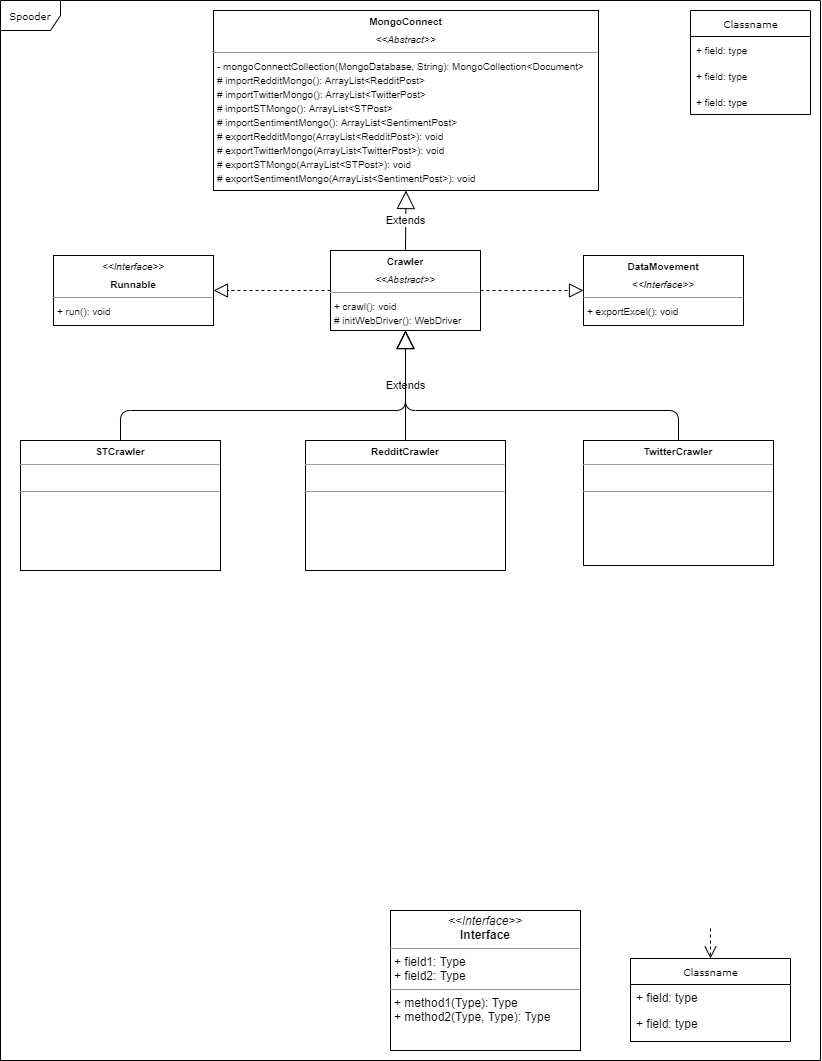
Before: UMLDiagram.png, a diagram exported from draw.io (yxchia98/spooder). Source tidied: cells renumbered, new cells last; positions are measured from the earlier drawing's top-left corner, leaving out a move shared by most shapes.
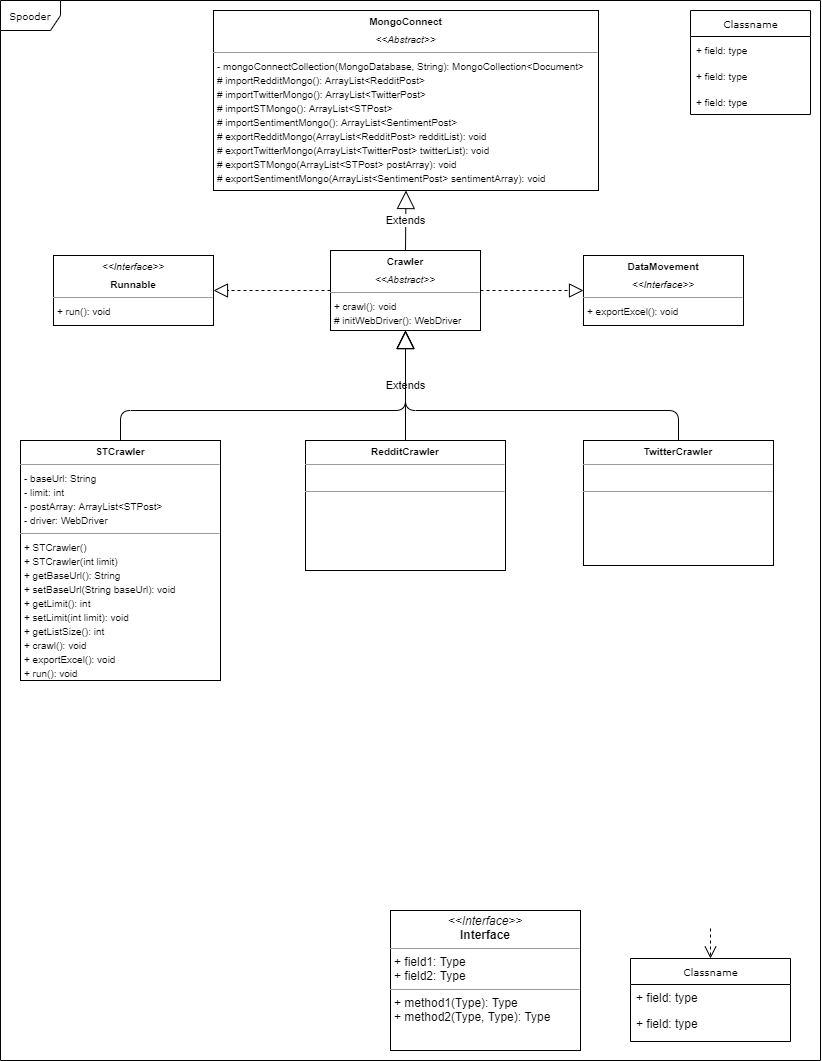
The same diagram one commit later.

The edit, as a diff of the source:
```diff
@@ -49,10 +49,10 @@
     <mxCell id="16" value="&lt;p style=&quot;margin: 0px ; margin-top: 4px ; text-align: center&quot;&gt;&lt;b&gt;&lt;font style=&quot;font-size: 10px&quot;&gt;TwitterCrawler&lt;/font&gt;&lt;/b&gt;&lt;/p&gt;&lt;hr size=&quot;1&quot;&gt;&lt;p style=&quot;margin: 0px ; margin-left: 4px&quot;&gt;&lt;br&gt;&lt;/p&gt;&lt;hr size=&quot;1&quot;&gt;&lt;p style=&quot;margin: 0px ; margin-left: 4px&quot;&gt;&lt;br&gt;&lt;/p&gt;" style="verticalAlign=top;align=left;overflow=fill;fontSize=12;fontFamily=Helvetica;html=1;rounded=0;shadow=0;comic=0;labelBackgroundColor=none;strokeWidth=1;" parent="1" vertex="1">
       <mxGeometry x="583" y="440" width="190" height="125" as="geometry" />
     </mxCell>
-    <mxCell id="17" value="&lt;p style=&quot;margin: 0px ; margin-top: 4px ; text-align: center&quot;&gt;&lt;b&gt;&lt;font style=&quot;font-size: 10px&quot;&gt;STCrawler&lt;/font&gt;&lt;/b&gt;&lt;/p&gt;&lt;hr size=&quot;1&quot;&gt;&lt;p style=&quot;margin: 0px ; margin-left: 4px&quot;&gt;&lt;br&gt;&lt;/p&gt;&lt;hr size=&quot;1&quot;&gt;&lt;p style=&quot;margin: 0px ; margin-left: 4px&quot;&gt;&lt;br&gt;&lt;/p&gt;" style="verticalAlign=top;align=left;overflow=fill;fontSize=12;fontFamily=Helvetica;html=1;rounded=0;shadow=0;comic=0;labelBackgroundColor=none;strokeWidth=1;" parent="1" vertex="1">
-      <mxGeometry x="20" y="440" width="200" height="130" as="geometry" />
+    <mxCell id="17" value="&lt;p style=&quot;margin: 0px ; margin-top: 4px ; text-align: center&quot;&gt;&lt;b&gt;&lt;font style=&quot;font-size: 10px&quot;&gt;STCrawler&lt;/font&gt;&lt;/b&gt;&lt;/p&gt;&lt;hr size=&quot;1&quot;&gt;&lt;p style=&quot;margin: 0px ; margin-left: 4px&quot;&gt;&lt;font style=&quot;font-size: 10px&quot;&gt;- baseUrl: String&lt;/font&gt;&lt;/p&gt;&lt;p style=&quot;margin: 0px ; margin-left: 4px&quot;&gt;&lt;font style=&quot;font-size: 10px&quot;&gt;- limit: int&lt;/font&gt;&lt;/p&gt;&lt;p style=&quot;margin: 0px ; margin-left: 4px&quot;&gt;&lt;font style=&quot;font-size: 10px&quot;&gt;- postArray: ArrayList&amp;lt;STPost&amp;gt;&lt;/font&gt;&lt;/p&gt;&lt;p style=&quot;margin: 0px ; margin-left: 4px&quot;&gt;&lt;font style=&quot;font-size: 10px&quot;&gt;- driver: WebDriver&lt;/font&gt;&lt;/p&gt;&lt;hr size=&quot;1&quot;&gt;&lt;p style=&quot;margin: 0px ; margin-left: 4px&quot;&gt;&lt;font style=&quot;font-size: 10px&quot;&gt;+ STCrawler()&lt;/font&gt;&lt;/p&gt;&lt;p style=&quot;margin: 0px ; margin-left: 4px&quot;&gt;&lt;font style=&quot;font-size: 10px&quot;&gt;+ STCrawler(int limit)&lt;/font&gt;&lt;/p&gt;&lt;p style=&quot;margin: 0px ; margin-left: 4px&quot;&gt;&lt;span style=&quot;font-size: 10px&quot;&gt;+ getBaseUrl(): String&lt;/span&gt;&lt;/p&gt;&lt;p style=&quot;margin: 0px ; margin-left: 4px&quot;&gt;&lt;span style=&quot;font-size: 10px&quot;&gt;+ setBaseUrl(String baseUrl): void&lt;/span&gt;&lt;/p&gt;&lt;p style=&quot;margin: 0px ; margin-left: 4px&quot;&gt;&lt;span style=&quot;font-size: 10px&quot;&gt;+ getLimit(): int&lt;/span&gt;&lt;/p&gt;&lt;p style=&quot;margin: 0px ; margin-left: 4px&quot;&gt;&lt;span style=&quot;font-size: 10px&quot;&gt;+ setLimit(int limit): void&lt;/span&gt;&lt;/p&gt;&lt;p style=&quot;margin: 0px ; margin-left: 4px&quot;&gt;&lt;span style=&quot;font-size: 10px&quot;&gt;+ getListSize(): int&lt;/span&gt;&lt;/p&gt;&lt;p style=&quot;margin: 0px ; margin-left: 4px&quot;&gt;&lt;span style=&quot;font-size: 10px&quot;&gt;+ crawl(): void&lt;/span&gt;&lt;/p&gt;&lt;p style=&quot;margin: 0px ; margin-left: 4px&quot;&gt;&lt;span style=&quot;font-size: 10px&quot;&gt;+ exportExcel(): void&lt;/span&gt;&lt;/p&gt;&lt;p style=&quot;margin: 0px ; margin-left: 4px&quot;&gt;&lt;span style=&quot;font-size: 10px&quot;&gt;+ run(): void&lt;/span&gt;&lt;/p&gt;" style="verticalAlign=top;align=left;overflow=fill;fontSize=12;fontFamily=Helvetica;html=1;rounded=0;shadow=0;comic=0;labelBackgroundColor=none;strokeWidth=1;" parent="1" vertex="1">
+      <mxGeometry x="20" y="440" width="200" height="240" as="geometry" />
     </mxCell>
-    <mxCell id="18" value="&lt;p style=&quot;margin: 0px ; margin-top: 4px ; text-align: center&quot;&gt;&lt;b&gt;&lt;font style=&quot;font-size: 10px&quot;&gt;MongoConnect&lt;/font&gt;&lt;/b&gt;&lt;/p&gt;&lt;p style=&quot;margin: 0px ; margin-top: 4px ; text-align: center&quot;&gt;&lt;i&gt;&lt;font style=&quot;font-size: 10px&quot;&gt;&amp;lt;&amp;lt;Abstract&amp;gt;&amp;gt;&lt;/font&gt;&lt;/i&gt;&lt;/p&gt;&lt;hr size=&quot;1&quot;&gt;&lt;p style=&quot;margin: 0px ; margin-left: 4px&quot;&gt;&lt;font style=&quot;font-size: 10px&quot;&gt;- mongoConnectCollection(MongoDatabase, String): MongoCollection&amp;lt;Document&amp;gt;&lt;/font&gt;&lt;/p&gt;&lt;p style=&quot;margin: 0px ; margin-left: 4px&quot;&gt;&lt;font style=&quot;font-size: 10px&quot;&gt;# importRedditMongo(): ArrayList&amp;lt;RedditPost&amp;gt;&lt;/font&gt;&lt;/p&gt;&lt;p style=&quot;margin: 0px ; margin-left: 4px&quot;&gt;&lt;font style=&quot;font-size: 10px&quot;&gt;# importTwitterMongo(): ArrayList&amp;lt;TwitterPost&amp;gt;&lt;/font&gt;&lt;/p&gt;&lt;p style=&quot;margin: 0px ; margin-left: 4px&quot;&gt;&lt;font style=&quot;font-size: 10px&quot;&gt;# importSTMongo(): ArrayList&amp;lt;STPost&amp;gt;&lt;/font&gt;&lt;/p&gt;&lt;p style=&quot;margin: 0px ; margin-left: 4px&quot;&gt;&lt;font style=&quot;font-size: 10px&quot;&gt;# importSentimentMongo(): ArrayList&amp;lt;SentimentPost&amp;gt;&lt;/font&gt;&lt;/p&gt;&lt;p style=&quot;margin: 0px ; margin-left: 4px&quot;&gt;&lt;font style=&quot;font-size: 10px&quot;&gt;# exportRedditMongo(ArrayList&amp;lt;RedditPost&amp;gt;): void&lt;/font&gt;&lt;/p&gt;&lt;p style=&quot;margin: 0px ; margin-left: 4px&quot;&gt;&lt;font style=&quot;font-size: 10px&quot;&gt;# exportTwitterMongo(ArrayList&amp;lt;TwitterPost&amp;gt;): void&lt;/font&gt;&lt;/p&gt;&lt;p style=&quot;margin: 0px ; margin-left: 4px&quot;&gt;&lt;font style=&quot;font-size: 10px&quot;&gt;# exportSTMongo(ArrayList&amp;lt;STPost&amp;gt;): void&lt;/font&gt;&lt;/p&gt;&lt;p style=&quot;margin: 0px ; margin-left: 4px&quot;&gt;&lt;font style=&quot;font-size: 10px&quot;&gt;# exportSentimentMongo(ArrayList&amp;lt;SentimentPost&amp;gt;): void&lt;/font&gt;&lt;/p&gt;" style="verticalAlign=top;align=left;overflow=fill;fontSize=12;fontFamily=Helvetica;html=1;rounded=0;shadow=0;comic=0;labelBackgroundColor=none;strokeWidth=1;" parent="1" vertex="1">
+    <mxCell id="18" value="&lt;p style=&quot;margin: 0px ; margin-top: 4px ; text-align: center&quot;&gt;&lt;b&gt;&lt;font style=&quot;font-size: 10px&quot;&gt;MongoConnect&lt;/font&gt;&lt;/b&gt;&lt;/p&gt;&lt;p style=&quot;margin: 0px ; margin-top: 4px ; text-align: center&quot;&gt;&lt;i&gt;&lt;font style=&quot;font-size: 10px&quot;&gt;&amp;lt;&amp;lt;Abstract&amp;gt;&amp;gt;&lt;/font&gt;&lt;/i&gt;&lt;/p&gt;&lt;hr size=&quot;1&quot;&gt;&lt;p style=&quot;margin: 0px ; margin-left: 4px&quot;&gt;&lt;font style=&quot;font-size: 10px&quot;&gt;- mongoConnectCollection(MongoDatabase, String): MongoCollection&amp;lt;Document&amp;gt;&lt;/font&gt;&lt;/p&gt;&lt;p style=&quot;margin: 0px ; margin-left: 4px&quot;&gt;&lt;font style=&quot;font-size: 10px&quot;&gt;# importRedditMongo(): ArrayList&amp;lt;RedditPost&amp;gt;&lt;/font&gt;&lt;/p&gt;&lt;p style=&quot;margin: 0px ; margin-left: 4px&quot;&gt;&lt;font style=&quot;font-size: 10px&quot;&gt;# importTwitterMongo(): ArrayList&amp;lt;TwitterPost&amp;gt;&lt;/font&gt;&lt;/p&gt;&lt;p style=&quot;margin: 0px ; margin-left: 4px&quot;&gt;&lt;font style=&quot;font-size: 10px&quot;&gt;# importSTMongo(): ArrayList&amp;lt;STPost&amp;gt;&lt;/font&gt;&lt;/p&gt;&lt;p style=&quot;margin: 0px ; margin-left: 4px&quot;&gt;&lt;font style=&quot;font-size: 10px&quot;&gt;# importSentimentMongo(): ArrayList&amp;lt;SentimentPost&amp;gt;&lt;/font&gt;&lt;/p&gt;&lt;p style=&quot;margin: 0px ; margin-left: 4px&quot;&gt;&lt;font style=&quot;font-size: 10px&quot;&gt;# exportRedditMongo(ArrayList&amp;lt;RedditPost&amp;gt; redditList): void&lt;/font&gt;&lt;/p&gt;&lt;p style=&quot;margin: 0px ; margin-left: 4px&quot;&gt;&lt;font style=&quot;font-size: 10px&quot;&gt;# exportTwitterMongo(ArrayList&amp;lt;TwitterPost&amp;gt; twitterList): void&lt;/font&gt;&lt;/p&gt;&lt;p style=&quot;margin: 0px ; margin-left: 4px&quot;&gt;&lt;font style=&quot;font-size: 10px&quot;&gt;# exportSTMongo(ArrayList&amp;lt;STPost&amp;gt; postArray): void&lt;/font&gt;&lt;/p&gt;&lt;p style=&quot;margin: 0px ; margin-left: 4px&quot;&gt;&lt;font style=&quot;font-size: 10px&quot;&gt;# exportSentimentMongo(ArrayList&amp;lt;SentimentPost&amp;gt; sentimentArray): void&lt;/font&gt;&lt;/p&gt;" style="verticalAlign=top;align=left;overflow=fill;fontSize=12;fontFamily=Helvetica;html=1;rounded=0;shadow=0;comic=0;labelBackgroundColor=none;strokeWidth=1;" parent="1" vertex="1">
       <mxGeometry x="213" y="10" width="385" height="180" as="geometry" />
     </mxCell>
     <mxCell id="19" value="Extends" style="endArrow=block;endSize=16;endFill=0;html=1;entryX=0.5;entryY=1;entryDx=0;entryDy=0;exitX=0.5;exitY=0;exitDx=0;exitDy=0;" parent="1" edge="1" source="13" target="18">
```
